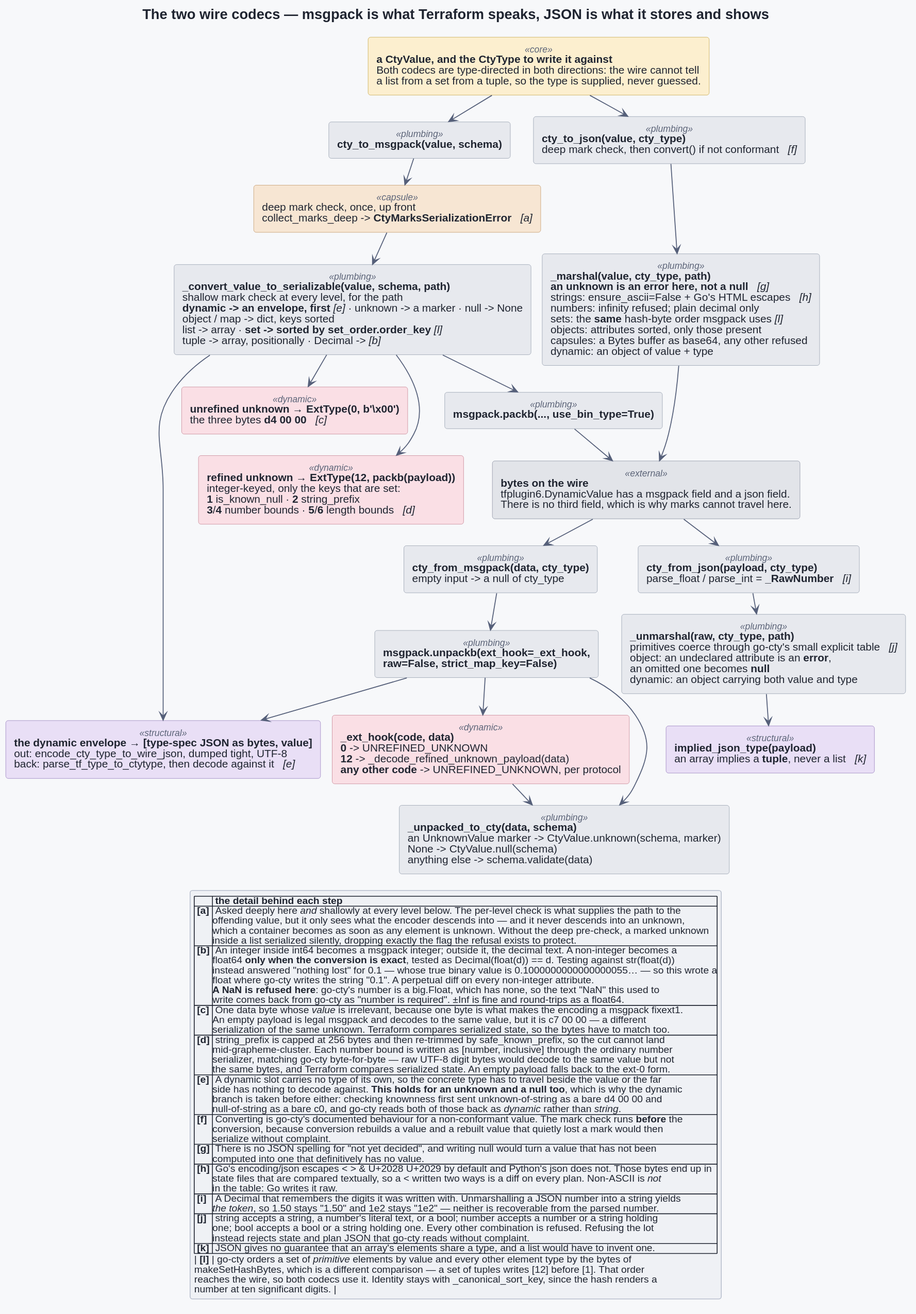
The PlantUML diagram docs/architecture/05-wire-codecs.svg in provide-io/pyvider-cty, before a commit.
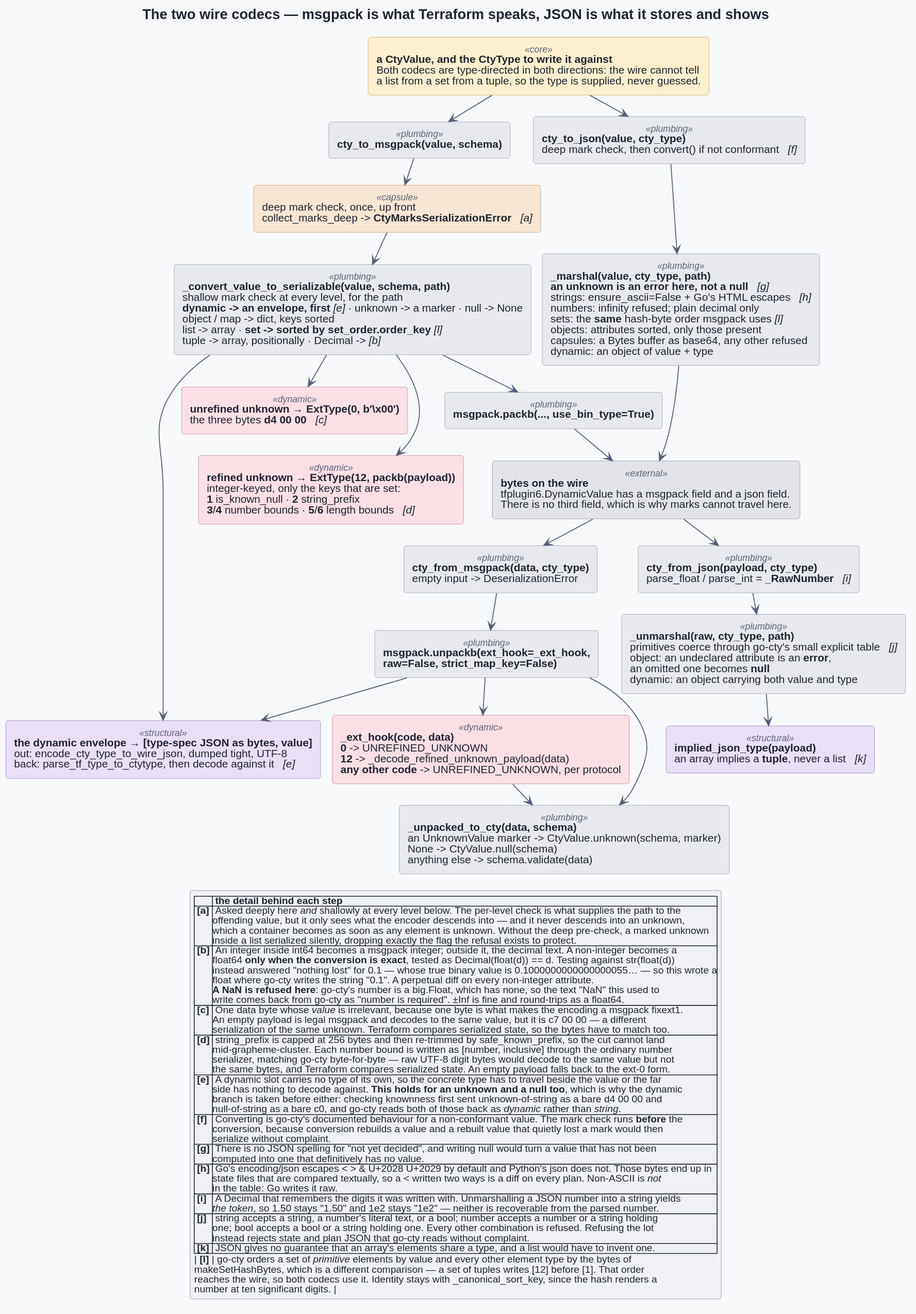
Above is the later version.

Commit message:
fix(codec): refuse empty msgpack input instead of answering null

The edit, as a diff of the source:
```diff
@@ -13,7 +13,7 @@
   rectangle "**_convert_value_to_serializable(value, schema, path)**\nshallow mark check at every level, for the path\n**dynamic -> an envelope, first** //[e]// · unknown -> a marker · null -> None\nobject / map -> dict, keys sorted\nlist -> array · **set -> sorted by set_order.order_key** //[l]//\ntuple -> array, positionally · Decimal -> //[b]//" as MP_CONV <<plumbing>>
   rectangle "**msgpack.packb(..., use_bin_type=True)**" as MP_PACK <<plumbing>>
 
-  rectangle "**cty_from_msgpack(data, cty_type)**\nempty input -> a null of cty_type" as MP_DEC <<plumbing>>
+  rectangle "**cty_from_msgpack(data, cty_type)**\nempty input -> DeserializationError" as MP_DEC <<plumbing>>
   rectangle "**msgpack.unpackb(ext_hook=_ext_hook,**\n**raw=False, strict_map_key=False)**" as MP_UNPACK <<plumbing>>
   rectangle "**_unpacked_to_cty(data, schema)**\nan UnknownValue marker -> CtyValue.unknown(schema, marker)\nNone -> CtyValue.null(schema)\nanything else -> schema.validate(data)" as MP_REBUILD <<plumbing>>
 
```
